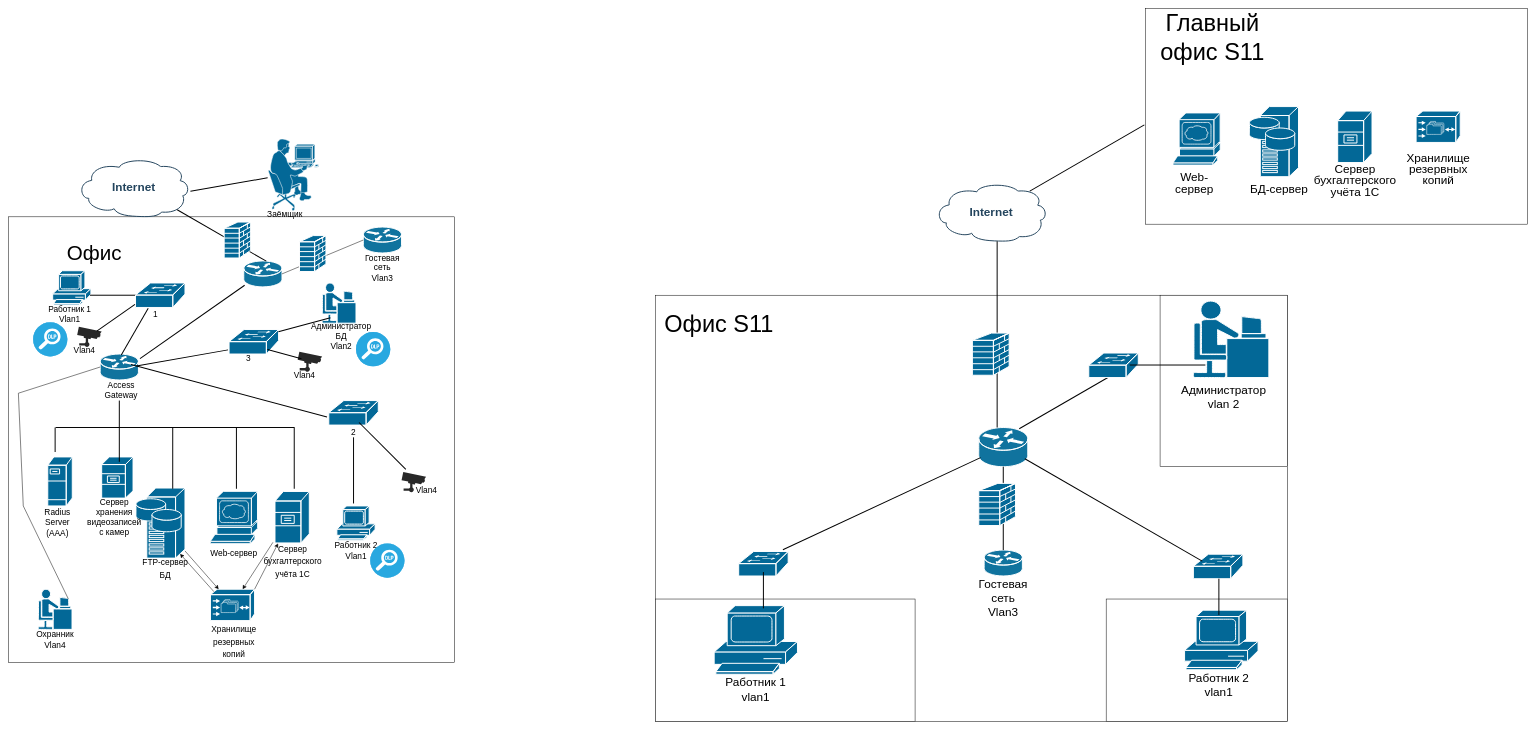
Before: Диаграмма без названия.drawio in paveldyakonov/programlanguage, a draw.io diagram. Source tidied: cells renumbered, new cells numbered last; positions are measured from the earlier drawing's top-left corner, leaving out a move shared by most shapes. Both pictures are drawn from the tidied source at 49%, with x=0, y=0 at pixel (8, 8).
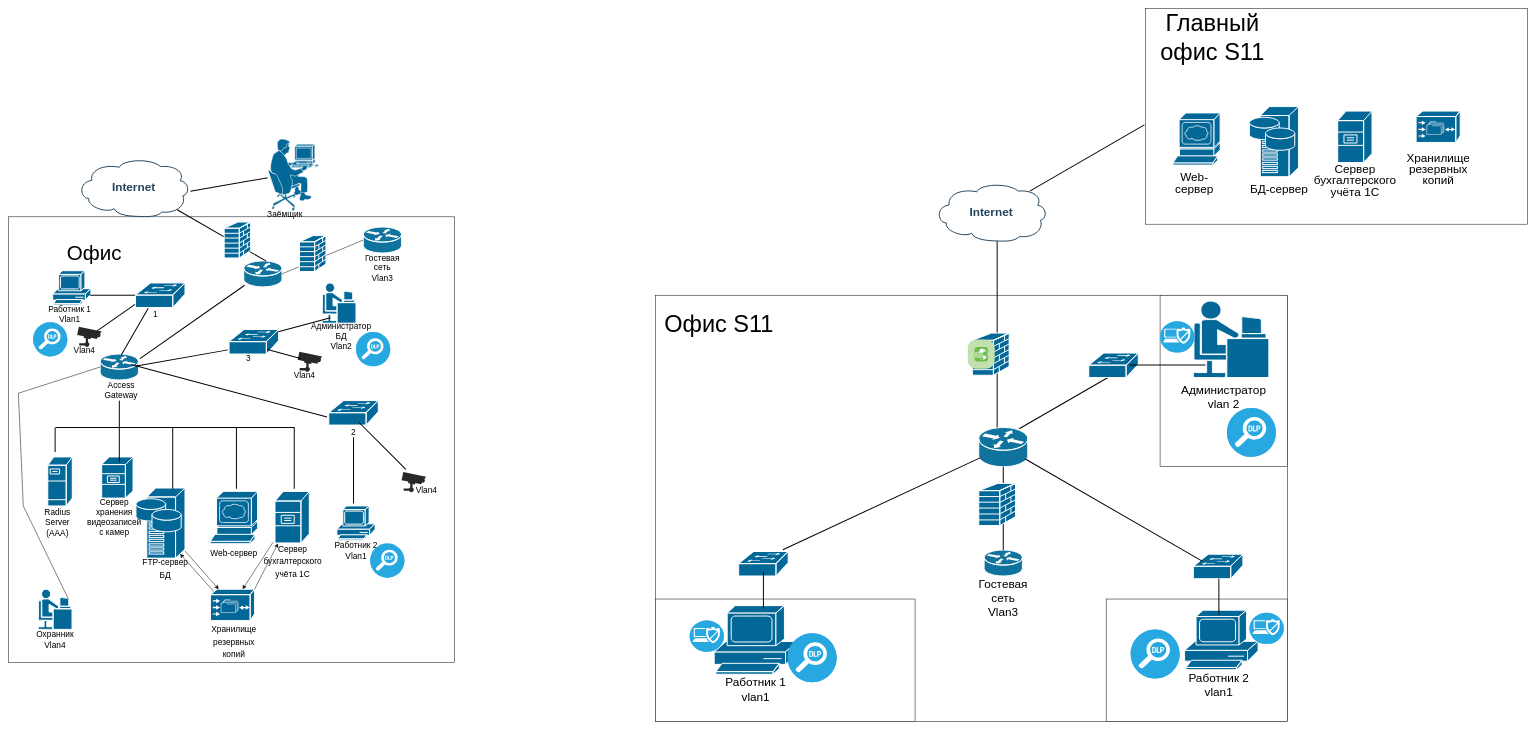
After the change.

Diff of the diagram source:
```diff
@@
+    <mxCell id="113" style="verticalLabelPosition=bottom;sketch=0;html=1;fillColor=#6ABD46;strokeColor=#ffffff;verticalAlign=top;align=center;shape=mxgraph.cisco_safe.compositeIcon;bgIcon=mxgraph.cisco_safe.architecture.generic_appliance;resIcon=mxgraph.cisco_safe.architecture.web_application_firewall_2;" parent="1" vertex="1">
+      <mxGeometry x="1957.5" y="675.8" width="55" height="59" as="geometry" />
+    </mxCell>
+    <mxCell id="114" style="fillColor=#28A8E0;verticalLabelPosition=bottom;sketch=0;html=1;strokeColor=#ffffff;verticalAlign=top;align=center;shape=mxgraph.cisco_safe.compositeIcon;bgIcon=ellipse;resIcon=mxgraph.cisco_safe.capability.data_loss_prevention;" parent="1" vertex="1">
+      <mxGeometry x="1590" y="1275" width="100" height="100" as="geometry" />
+    </mxCell>
+    <mxCell id="115" style="fillColor=#28A8E0;verticalLabelPosition=bottom;sketch=0;html=1;strokeColor=#ffffff;verticalAlign=top;align=center;shape=mxgraph.cisco_safe.compositeIcon;bgIcon=ellipse;resIcon=mxgraph.cisco_safe.capability.data_loss_prevention;" parent="1" vertex="1">
+      <mxGeometry x="2486.5" y="815" width="100" height="100" as="geometry" />
+    </mxCell>
+    <mxCell id="116" style="fillColor=#28A8E0;verticalLabelPosition=bottom;sketch=0;html=1;strokeColor=#ffffff;verticalAlign=top;align=center;shape=mxgraph.cisco_safe.compositeIcon;bgIcon=ellipse;resIcon=mxgraph.cisco_safe.capability.data_loss_prevention;" parent="1" vertex="1">
+      <mxGeometry x="2290" y="1267" width="100" height="100" as="geometry" />
+    </mxCell>
+    <mxCell id="117" style="fillColor=#28A8E0;verticalLabelPosition=bottom;sketch=0;html=1;strokeColor=#ffffff;verticalAlign=top;align=center;shape=mxgraph.cisco_safe.compositeIcon;bgIcon=ellipse;resIcon=mxgraph.cisco_safe.capability.anti_malware;" parent="1" vertex="1">
+      <mxGeometry x="1390" y="1249" width="70" height="64" as="geometry" />
+    </mxCell>
+    <mxCell id="118" style="fillColor=#28A8E0;verticalLabelPosition=bottom;sketch=0;html=1;strokeColor=#ffffff;verticalAlign=top;align=center;shape=mxgraph.cisco_safe.compositeIcon;bgIcon=ellipse;resIcon=mxgraph.cisco_safe.capability.anti_malware;" parent="1" vertex="1">
+      <mxGeometry x="2350" y="638" width="70" height="64" as="geometry" />
+    </mxCell>
+    <mxCell id="119" style="fillColor=#28A8E0;verticalLabelPosition=bottom;sketch=0;html=1;strokeColor=#ffffff;verticalAlign=top;align=center;shape=mxgraph.cisco_safe.compositeIcon;bgIcon=ellipse;resIcon=mxgraph.cisco_safe.capability.anti_malware;" parent="1" vertex="1">
+      <mxGeometry x="2532.5" y="1233" width="70" height="64" as="geometry" />
+    </mxCell>
```
